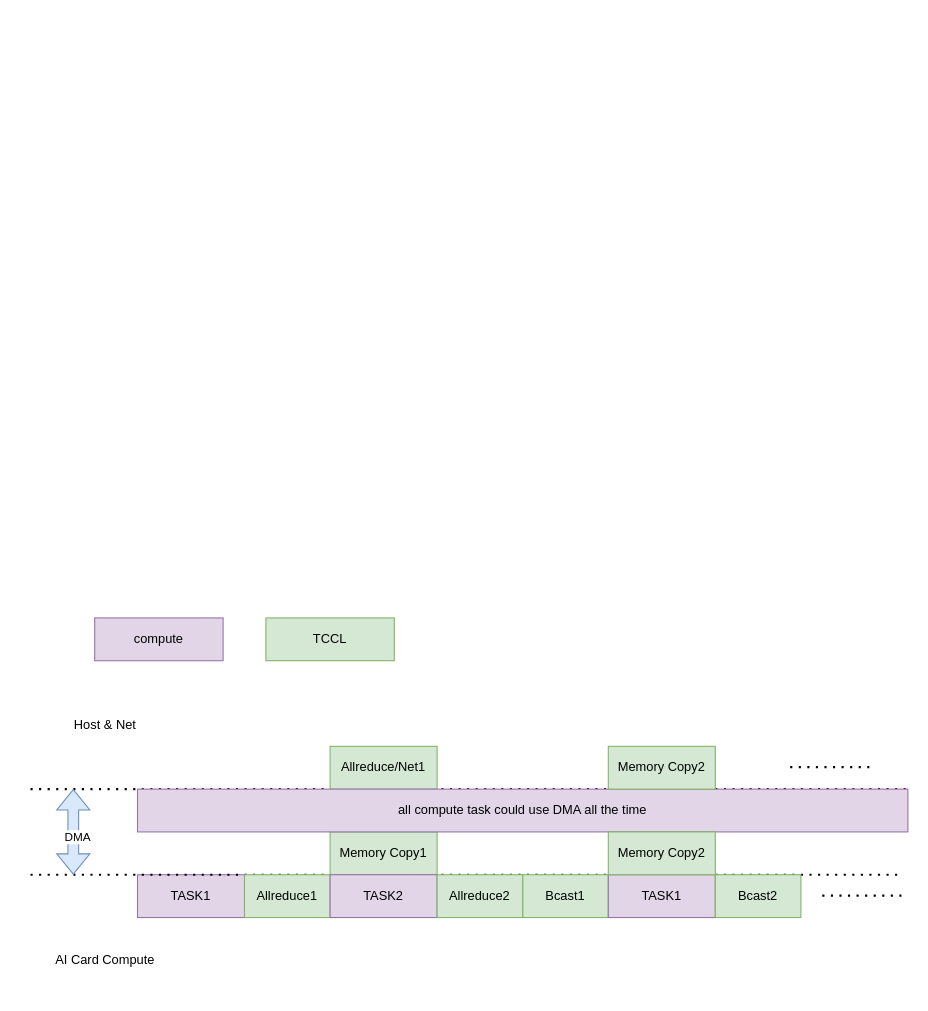
Above: nccl_pipline.drawio in BEYHHH/SBLP (draw.io), before the change. Source tidied: cells renumbered, new cells numbered last; positions are measured from the earlier drawing's top-left corner, leaving out a move shared by most shapes. Both pictures are drawn from the tidied source at 107%, with x=0, y=0 at pixel (30, 617).
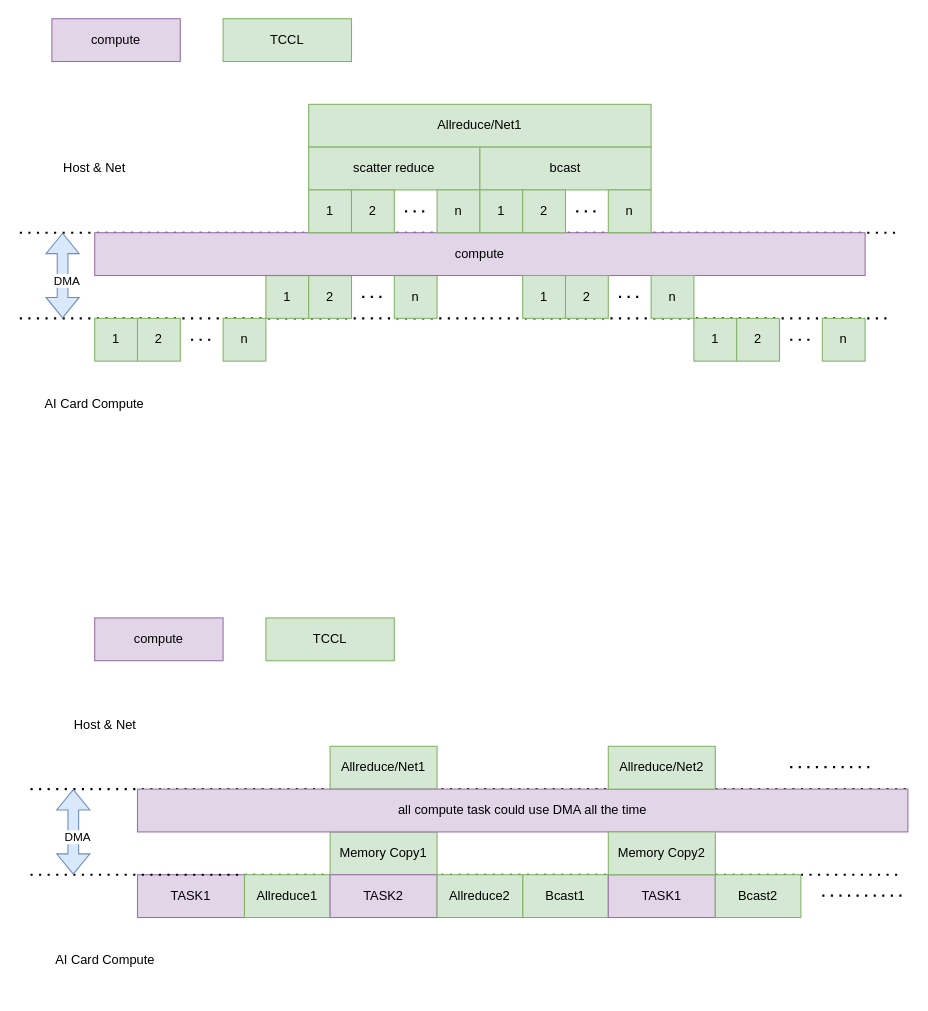
The same page after the edit.

Diff of the diagram source:
```diff
@@
-    <mxCell id="20" value="Memory Copy2" style="rounded=0;whiteSpace=wrap;html=1;fillColor=#d5e8d4;strokeColor=#82b366;" parent="1" vertex="1">
+    <mxCell id="20" value="Allreduce/Net2" style="rounded=0;whiteSpace=wrap;html=1;fillColor=#d5e8d4;strokeColor=#82b366;" parent="1" vertex="1">
       <mxGeometry x="540" y="120" width="100" height="40" as="geometry" />
     </mxCell>
@@
+    <mxCell id="24" style="endArrow=none;dashed=1;html=1;dashPattern=1 3;strokeWidth=2;rounded=0;" parent="1" edge="1">
+      <mxGeometry relative="1" as="geometry">
+        <mxPoint x="-10" y="-360" as="sourcePoint" />
+        <mxPoint x="810" y="-360" as="targetPoint" />
+      </mxGeometry>
+    </mxCell>
+    <mxCell id="25" style="endArrow=none;dashed=1;html=1;dashPattern=1 3;strokeWidth=2;rounded=0;" parent="1" edge="1">
+      <mxGeometry relative="1" as="geometry">
+        <mxPoint x="-10" y="-280" as="sourcePoint" />
+        <mxPoint x="800" y="-280" as="targetPoint" />
+      </mxGeometry>
+    </mxCell>
+    <mxCell id="26" style="shape=flexArrow;endArrow=classic;startArrow=classic;html=1;rounded=0;fillColor=#dae8fc;strokeColor=#6c8ebf;" parent="1" edge="1">
+      <mxGeometry relative="1" as="geometry">
+        <mxPoint x="30" y="-280" as="sourcePoint" />
+        <mxPoint x="30" y="-360" as="targetPoint" />
+      </mxGeometry>
+    </mxCell>
+    <mxCell id="27" value="DMA" style="edgeLabel;html=1;align=center;verticalAlign=middle;" parent="26" vertex="1">
+      <mxGeometry x="-0.1" y="-3" relative="1" as="geometry" />
+    </mxCell>
+    <mxCell id="28" value="AI Card Compute" style="text;html=1;strokeColor=none;fillColor=none;align=center;verticalAlign=middle;whiteSpace=wrap;rounded=0;" parent="1" vertex="1">
+      <mxGeometry x="-10" y="-230" width="140" height="60" as="geometry" />
+    </mxCell>
+    <mxCell id="29" value="Host &amp;amp; Net" style="text;html=1;strokeColor=none;fillColor=none;align=center;verticalAlign=middle;whiteSpace=wrap;rounded=0;" parent="1" vertex="1">
+      <mxGeometry x="-10" y="-450" width="140" height="60" as="geometry" />
+    </mxCell>
+    <mxCell id="30" value="compute" style="rounded=0;whiteSpace=wrap;html=1;fillColor=#e1d5e7;strokeColor=#9673a6;" parent="1" vertex="1">
+      <mxGeometry x="20" y="-560" width="120" height="40" as="geometry" />
+    </mxCell>
+    <mxCell id="31" value="TCCL" style="rounded=0;whiteSpace=wrap;html=1;fillColor=#d5e8d4;strokeColor=#82b366;" parent="1" vertex="1">
+      <mxGeometry x="180" y="-560" width="120" height="40" as="geometry" />
+    </mxCell>
+    <mxCell id="32" value="1" style="rounded=0;whiteSpace=wrap;html=1;fillColor=#d5e8d4;strokeColor=#82b366;" parent="1" vertex="1">
+      <mxGeometry x="220" y="-320" width="40" height="40" as="geometry" />
+    </mxCell>
+    <mxCell id="33" value="2" style="rounded=0;whiteSpace=wrap;html=1;fillColor=#d5e8d4;strokeColor=#82b366;" parent="1" vertex="1">
+      <mxGeometry x="260" y="-320" width="40" height="40" as="geometry" />
+    </mxCell>
+    <mxCell id="34" value="n" style="rounded=0;whiteSpace=wrap;html=1;fillColor=#d5e8d4;strokeColor=#82b366;" parent="1" vertex="1">
+      <mxGeometry x="340" y="-320" width="40" height="40" as="geometry" />
+    </mxCell>
+    <mxCell id="35" style="endArrow=none;dashed=1;html=1;dashPattern=1 3;strokeWidth=2;rounded=0;" parent="1" edge="1">
+      <mxGeometry relative="1" as="geometry">
+        <mxPoint x="310" y="-300" as="sourcePoint" />
+        <mxPoint x="330" y="-300" as="targetPoint" />
+      </mxGeometry>
+    </mxCell>
+    <mxCell id="36" value="Allreduce/Net1" style="rounded=0;whiteSpace=wrap;html=1;fillColor=#d5e8d4;strokeColor=#82b366;" parent="1" vertex="1">
+      <mxGeometry x="260" y="-480" width="320" height="40" as="geometry" />
+    </mxCell>
+    <mxCell id="37" value="scatter reduce" style="rounded=0;whiteSpace=wrap;html=1;fillColor=#d5e8d4;strokeColor=#82b366;" parent="1" vertex="1">
+      <mxGeometry x="260" y="-440" width="160" height="40" as="geometry" />
+    </mxCell>
+    <mxCell id="38" value="bcast" style="rounded=0;whiteSpace=wrap;html=1;fillColor=#d5e8d4;strokeColor=#82b366;" parent="1" vertex="1">
+      <mxGeometry x="420" y="-440" width="160" height="40" as="geometry" />
+    </mxCell>
+    <mxCell id="39" value="compute" style="rounded=0;whiteSpace=wrap;html=1;fillColor=#e1d5e7;strokeColor=#9673a6;" parent="1" vertex="1">
+      <mxGeometry x="60" y="-360" width="720" height="40" as="geometry" />
+    </mxCell>
+    <mxCell id="40" value="1" style="rounded=0;whiteSpace=wrap;html=1;fillColor=#d5e8d4;strokeColor=#82b366;" parent="1" vertex="1">
+      <mxGeometry x="60" y="-280" width="40" height="40" as="geometry" />
+    </mxCell>
+    <mxCell id="41" value="2" style="rounded=0;whiteSpace=wrap;html=1;fillColor=#d5e8d4;strokeColor=#82b366;" parent="1" vertex="1">
+      <mxGeometry x="100" y="-280" width="40" height="40" as="geometry" />
+    </mxCell>
+    <mxCell id="42" value="n" style="rounded=0;whiteSpace=wrap;html=1;fillColor=#d5e8d4;strokeColor=#82b366;" parent="1" vertex="1">
+      <mxGeometry x="180" y="-280" width="40" height="40" as="geometry" />
+    </mxCell>
+    <mxCell id="43" style="endArrow=none;dashed=1;html=1;dashPattern=1 3;strokeWidth=2;rounded=0;" parent="1" edge="1">
+      <mxGeometry relative="1" as="geometry">
+        <mxPoint x="150" y="-260" as="sourcePoint" />
+        <mxPoint x="170" y="-260" as="targetPoint" />
+      </mxGeometry>
+    </mxCell>
+    <mxCell id="44" value="1" style="rounded=0;whiteSpace=wrap;html=1;fillColor=#d5e8d4;strokeColor=#82b366;" parent="1" vertex="1">
+      <mxGeometry x="260" y="-400" width="40" height="40" as="geometry" />
+    </mxCell>
+    <mxCell id="45" value="2" style="rounded=0;whiteSpace=wrap;html=1;fillColor=#d5e8d4;strokeColor=#82b366;" parent="1" vertex="1">
+      <mxGeometry x="300" y="-400" width="40" height="40" as="geometry" />
+    </mxCell>
+    <mxCell id="46" value="n" style="rounded=0;whiteSpace=wrap;html=1;fillColor=#d5e8d4;strokeColor=#82b366;" parent="1" vertex="1">
+      <mxGeometry x="380" y="-400" width="40" height="40" as="geometry" />
+    </mxCell>
+    <mxCell id="47" style="endArrow=none;dashed=1;html=1;dashPattern=1 3;strokeWidth=2;rounded=0;" parent="1" edge="1">
+      <mxGeometry relative="1" as="geometry">
+        <mxPoint x="350" y="-380" as="sourcePoint" />
+        <mxPoint x="370" y="-380" as="targetPoint" />
+      </mxGeometry>
+    </mxCell>
+    <mxCell id="48" value="1" style="rounded=0;whiteSpace=wrap;html=1;fillColor=#d5e8d4;strokeColor=#82b366;" parent="1" vertex="1">
+      <mxGeometry x="420" y="-400" width="40" height="40" as="geometry" />
+    </mxCell>
+    <mxCell id="49" value="2" style="rounded=0;whiteSpace=wrap;html=1;fillColor=#d5e8d4;strokeColor=#82b366;" parent="1" vertex="1">
+      <mxGeometry x="460" y="-400" width="40" height="40" as="geometry" />
+    </mxCell>
+    <mxCell id="50" value="n" style="rounded=0;whiteSpace=wrap;html=1;fillColor=#d5e8d4;strokeColor=#82b366;" parent="1" vertex="1">
+      <mxGeometry x="540" y="-400" width="40" height="40" as="geometry" />
+    </mxCell>
+    <mxCell id="51" style="endArrow=none;dashed=1;html=1;dashPattern=1 3;strokeWidth=2;rounded=0;" parent="1" edge="1">
+      <mxGeometry relative="1" as="geometry">
+        <mxPoint x="510" y="-380" as="sourcePoint" />
+        <mxPoint x="530" y="-380" as="targetPoint" />
+      </mxGeometry>
+    </mxCell>
+    <mxCell id="52" value="1" style="rounded=0;whiteSpace=wrap;html=1;fillColor=#d5e8d4;strokeColor=#82b366;" parent="1" vertex="1">
+      <mxGeometry x="460" y="-320" width="40" height="40" as="geometry" />
+    </mxCell>
+    <mxCell id="53" value="2" style="rounded=0;whiteSpace=wrap;html=1;fillColor=#d5e8d4;strokeColor=#82b366;" parent="1" vertex="1">
+      <mxGeometry x="500" y="-320" width="40" height="40" as="geometry" />
+    </mxCell>
+    <mxCell id="54" value="n" style="rounded=0;whiteSpace=wrap;html=1;fillColor=#d5e8d4;strokeColor=#82b366;" parent="1" vertex="1">
+      <mxGeometry x="580" y="-320" width="40" height="40" as="geometry" />
+    </mxCell>
+    <mxCell id="55" style="endArrow=none;dashed=1;html=1;dashPattern=1 3;strokeWidth=2;rounded=0;" parent="1" edge="1">
+      <mxGeometry relative="1" as="geometry">
+        <mxPoint x="550" y="-300" as="sourcePoint" />
+        <mxPoint x="570" y="-300" as="targetPoint" />
+      </mxGeometry>
+    </mxCell>
+    <mxCell id="56" value="1" style="rounded=0;whiteSpace=wrap;html=1;fillColor=#d5e8d4;strokeColor=#82b366;" parent="1" vertex="1">
+      <mxGeometry x="620" y="-280" width="40" height="40" as="geometry" />
+    </mxCell>
+    <mxCell id="57" value="2" style="rounded=0;whiteSpace=wrap;html=1;fillColor=#d5e8d4;strokeColor=#82b366;" parent="1" vertex="1">
+      <mxGeometry x="660" y="-280" width="40" height="40" as="geometry" />
+    </mxCell>
+    <mxCell id="58" value="n" style="rounded=0;whiteSpace=wrap;html=1;fillColor=#d5e8d4;strokeColor=#82b366;" parent="1" vertex="1">
+      <mxGeometry x="740" y="-280" width="40" height="40" as="geometry" />
+    </mxCell>
+    <mxCell id="59" style="endArrow=none;dashed=1;html=1;dashPattern=1 3;strokeWidth=2;rounded=0;" parent="1" edge="1">
+      <mxGeometry relative="1" as="geometry">
+        <mxPoint x="710" y="-260" as="sourcePoint" />
+        <mxPoint x="730" y="-260" as="targetPoint" />
+      </mxGeometry>
+    </mxCell>
```
